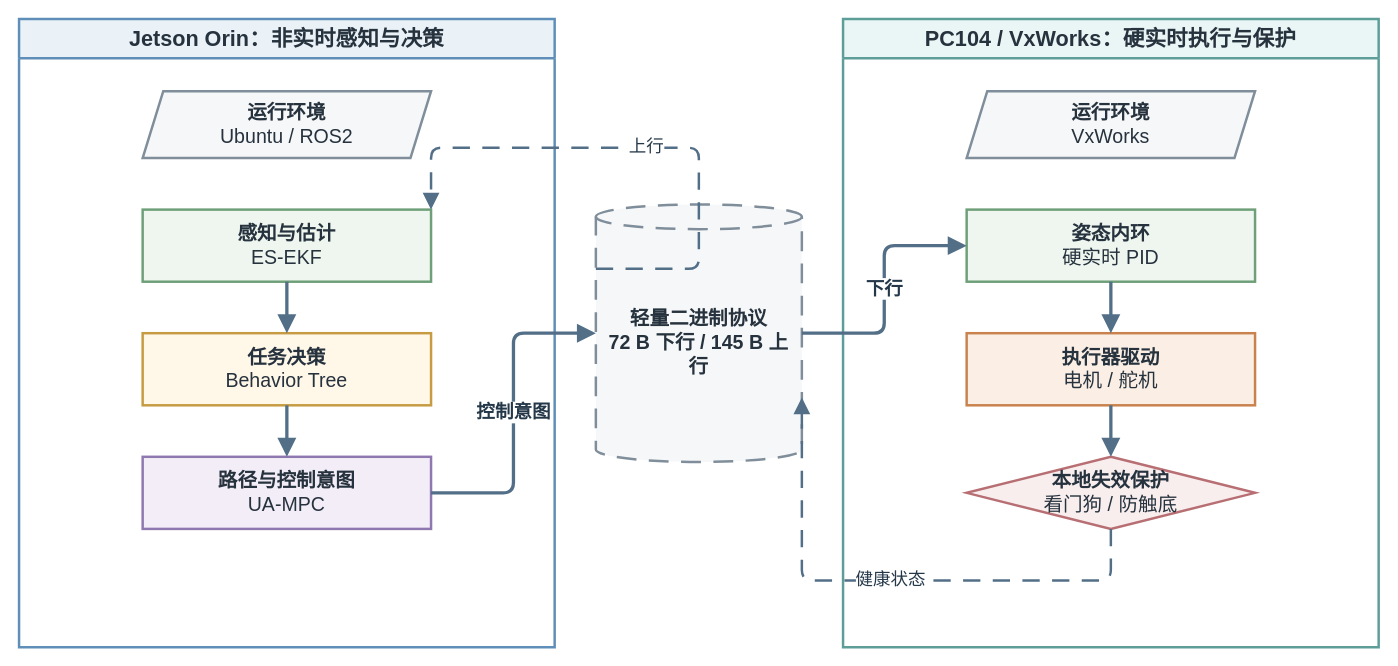
Above: docs/thesis/figures/architecture/auv_v2_dual_brain_async_hardware.drawio in 360ZMEM/AUV-Master-Project (draw.io), before the change. Source tidied: cells renumbered, new cells numbered last; positions are measured from the earlier drawing's top-left corner, leaving out a move shared by most shapes. Both pictures are drawn from the tidied source at 103%, with x=0, y=0 at pixel (19, 19).
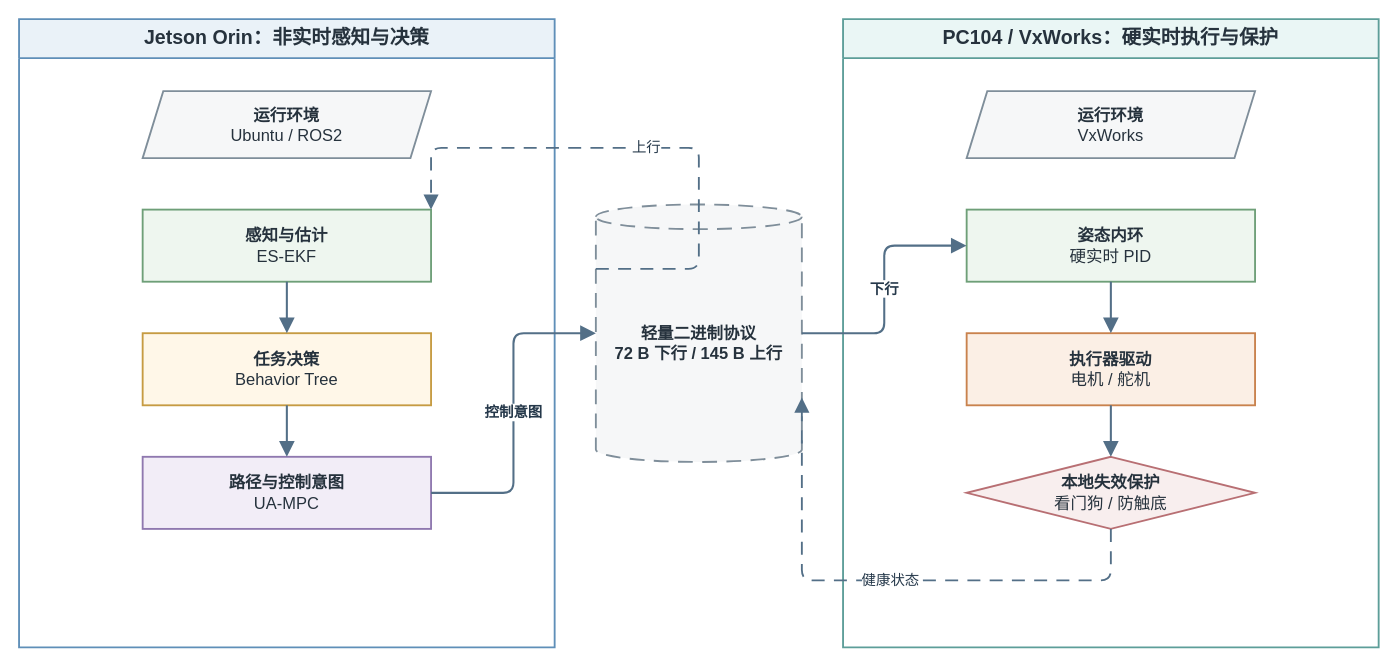
Above is the later version.

What changed in the source:
```diff
@@
-    <mxCell id="2" value="Jetson Orin：非实时感知与决策" style="swimlane;whiteSpace=wrap;html=1;startSize=38;rounded=0;fillColor=#EAF2F8;strokeColor=#5F8FB8;strokeWidth=2.4;fontFamily=Songti SC;fontSize=21;fontStyle=1;fontColor=#26323D;" parent="1" vertex="1">
+    <mxCell id="2" value="Jetson Orin：非实时感知与决策" style="swimlane;whiteSpace=wrap;html=1;startSize=38;rounded=0;fillColor=#EAF2F8;strokeColor=#5F8FB8;strokeWidth=1.8;fontFamily=Songti SC;fontSize=19;fontStyle=1;fontColor=#26323D;" parent="1" vertex="1">
       <mxGeometry width="520" height="610" as="geometry" />
     </mxCell>
-    <mxCell id="3" value="PC104 / VxWorks：硬实时执行与保护" style="swimlane;whiteSpace=wrap;html=1;startSize=38;rounded=0;fillColor=#EAF6F5;strokeColor=#5D9E99;strokeWidth=2.4;fontFamily=Songti SC;fontSize=21;fontStyle=1;fontColor=#26323D;" parent="1" vertex="1">
+    <mxCell id="3" value="PC104 / VxWorks：硬实时执行与保护" style="swimlane;whiteSpace=wrap;html=1;startSize=38;rounded=0;fillColor=#EAF6F5;strokeColor=#5D9E99;strokeWidth=1.8;fontFamily=Songti SC;fontSize=19;fontStyle=1;fontColor=#26323D;" parent="1" vertex="1">
       <mxGeometry x="800" width="520" height="610" as="geometry" />
     </mxCell>
-    <mxCell id="4" value="&lt;b&gt;轻量二进制协议&lt;/b&gt;&lt;br&gt;72 B 下行 / 145 B 上行" style="shape=cylinder3;boundedLbl=1;backgroundOutline=1;size=12;whiteSpace=wrap;html=1;align=center;verticalAlign=middle;fillColor=#F6F7F8;strokeColor=#7F8E9A;strokeWidth=2.4;spacing=8;fontFamily=Songti SC;fontSize=19;fontColor=#26323D;dashed=1;dashPattern=8 5;fontStyle=1;" parent="1" vertex="1">
+    <mxCell id="4" value="&lt;b&gt;轻量二进制协议&lt;/b&gt;&lt;br&gt;72 B 下行 / 145 B 上行" style="shape=cylinder3;boundedLbl=1;backgroundOutline=1;size=12;whiteSpace=wrap;html=1;align=center;verticalAlign=middle;fillColor=#F6F7F8;strokeColor=#7F8E9A;strokeWidth=1.8;spacing=8;fontFamily=Songti SC;fontSize=16;fontColor=#26323D;dashed=1;dashPattern=8 5;fontStyle=1;" parent="1" vertex="1">
       <mxGeometry x="560" y="180" width="200" height="250" as="geometry" />
     </mxCell>
-    <mxCell id="5" value="&lt;b&gt;运行环境&lt;/b&gt;&lt;br&gt;Ubuntu / ROS2" style="shape=parallelogram;perimeter=parallelogramPerimeter;fixedSize=1;whiteSpace=wrap;html=1;align=center;verticalAlign=middle;fillColor=#F6F7F8;strokeColor=#7F8E9A;strokeWidth=2.4;spacing=8;fontFamily=Songti SC;fontSize=19;fontColor=#26323D;" parent="2" vertex="1">
+    <mxCell id="5" value="&lt;b&gt;运行环境&lt;/b&gt;&lt;br&gt;Ubuntu / ROS2" style="shape=parallelogram;perimeter=parallelogramPerimeter;fixedSize=1;whiteSpace=wrap;html=1;align=center;verticalAlign=middle;fillColor=#F6F7F8;strokeColor=#7F8E9A;strokeWidth=1.8;spacing=8;fontFamily=Songti SC;fontSize=16;fontColor=#26323D;" parent="2" vertex="1">
       <mxGeometry x="120" y="70" width="280" height="65" as="geometry" />
     </mxCell>
-    <mxCell id="6" value="&lt;b&gt;感知与估计&lt;/b&gt;&lt;br&gt;ES-EKF" style="rounded=0;whiteSpace=wrap;html=1;align=center;verticalAlign=middle;fillColor=#EEF6EF;strokeColor=#6E9F78;strokeWidth=2.4;spacing=8;fontFamily=Songti SC;fontSize=19;fontColor=#26323D;" parent="2" vertex="1">
+    <mxCell id="6" value="&lt;b&gt;感知与估计&lt;/b&gt;&lt;br&gt;ES-EKF" style="rounded=0;whiteSpace=wrap;html=1;align=center;verticalAlign=middle;fillColor=#EEF6EF;strokeColor=#6E9F78;strokeWidth=1.8;spacing=8;fontFamily=Songti SC;fontSize=16;fontColor=#26323D;" parent="2" vertex="1">
       <mxGeometry x="120" y="185" width="280" height="70" as="geometry" />
     </mxCell>
-    <mxCell id="7" value="&lt;b&gt;任务决策&lt;/b&gt;&lt;br&gt;Behavior Tree" style="rounded=0;whiteSpace=wrap;html=1;align=center;verticalAlign=middle;fillColor=#FFF7E8;strokeColor=#C69B42;strokeWidth=2.4;spacing=8;fontFamily=Songti SC;fontSize=19;fontColor=#26323D;" parent="2" vertex="1">
+    <mxCell id="7" value="&lt;b&gt;任务决策&lt;/b&gt;&lt;br&gt;Behavior Tree" style="rounded=0;whiteSpace=wrap;html=1;align=center;verticalAlign=middle;fillColor=#FFF7E8;strokeColor=#C69B42;strokeWidth=1.8;spacing=8;fontFamily=Songti SC;fontSize=16;fontColor=#26323D;" parent="2" vertex="1">
       <mxGeometry x="120" y="305" width="280" height="70" as="geometry" />
     </mxCell>
-    <mxCell id="8" value="&lt;b&gt;路径与控制意图&lt;/b&gt;&lt;br&gt;UA-MPC" style="rounded=0;whiteSpace=wrap;html=1;align=center;verticalAlign=middle;fillColor=#F2EDF7;strokeColor=#8F78AF;strokeWidth=2.4;spacing=8;fontFamily=Songti SC;fontSize=19;fontColor=#26323D;" parent="2" vertex="1">
+    <mxCell id="8" value="&lt;b&gt;路径与控制意图&lt;/b&gt;&lt;br&gt;UA-MPC" style="rounded=0;whiteSpace=wrap;html=1;align=center;verticalAlign=middle;fillColor=#F2EDF7;strokeColor=#8F78AF;strokeWidth=1.8;spacing=8;fontFamily=Songti SC;fontSize=16;fontColor=#26323D;" parent="2" vertex="1">
       <mxGeometry x="120" y="425" width="280" height="70" as="geometry" />
     </mxCell>
-    <mxCell id="9" value="&lt;b&gt;运行环境&lt;/b&gt;&lt;br&gt;VxWorks" style="shape=parallelogram;perimeter=parallelogramPerimeter;fixedSize=1;whiteSpace=wrap;html=1;align=center;verticalAlign=middle;fillColor=#F6F7F8;strokeColor=#7F8E9A;strokeWidth=2.4;spacing=8;fontFamily=Songti SC;fontSize=19;fontColor=#26323D;" parent="3" vertex="1">
+    <mxCell id="9" value="&lt;b&gt;运行环境&lt;/b&gt;&lt;br&gt;VxWorks" style="shape=parallelogram;perimeter=parallelogramPerimeter;fixedSize=1;whiteSpace=wrap;html=1;align=center;verticalAlign=middle;fillColor=#F6F7F8;strokeColor=#7F8E9A;strokeWidth=1.8;spacing=8;fontFamily=Songti SC;fontSize=16;fontColor=#26323D;" parent="3" vertex="1">
       <mxGeometry x="120" y="70" width="280" height="65" as="geometry" />
     </mxCell>
-    <mxCell id="10" value="&lt;b&gt;姿态内环&lt;/b&gt;&lt;br&gt;硬实时 PID" style="rounded=0;whiteSpace=wrap;html=1;align=center;verticalAlign=middle;fillColor=#EEF6EF;strokeColor=#6E9F78;strokeWidth=2.4;spacing=8;fontFamily=Songti SC;fontSize=19;fontColor=#26323D;" parent="3" vertex="1">
+    <mxCell id="10" value="&lt;b&gt;姿态内环&lt;/b&gt;&lt;br&gt;硬实时 PID" style="rounded=0;whiteSpace=wrap;html=1;align=center;verticalAlign=middle;fillColor=#EEF6EF;strokeColor=#6E9F78;strokeWidth=1.8;spacing=8;fontFamily=Songti SC;fontSize=16;fontColor=#26323D;" parent="3" vertex="1">
       <mxGeometry x="120" y="185" width="280" height="70" as="geometry" />
     </mxCell>
-    <mxCell id="11" value="&lt;b&gt;执行器驱动&lt;/b&gt;&lt;br&gt;电机 / 舵机" style="rounded=0;whiteSpace=wrap;html=1;align=center;verticalAlign=middle;fillColor=#FBEFE5;strokeColor=#C9824D;strokeWidth=2.4;spacing=8;fontFamily=Songti SC;fontSize=19;fontColor=#26323D;" parent="3" vertex="1">
+    <mxCell id="11" value="&lt;b&gt;执行器驱动&lt;/b&gt;&lt;br&gt;电机 / 舵机" style="rounded=0;whiteSpace=wrap;html=1;align=center;verticalAlign=middle;fillColor=#FBEFE5;strokeColor=#C9824D;strokeWidth=1.8;spacing=8;fontFamily=Songti SC;fontSize=16;fontColor=#26323D;" parent="3" vertex="1">
       <mxGeometry x="120" y="305" width="280" height="70" as="geometry" />
     </mxCell>
-    <mxCell id="12" value="&lt;b&gt;本地失效保护&lt;/b&gt;&lt;br&gt;看门狗 / 防触底" style="rhombus;whiteSpace=wrap;html=1;align=center;verticalAlign=middle;fillColor=#F8EEEE;strokeColor=#B86F73;strokeWidth=2.4;spacing=8;fontFamily=Songti SC;fontSize=19;fontColor=#26323D;" parent="3" vertex="1">
+    <mxCell id="12" value="&lt;b&gt;本地失效保护&lt;/b&gt;&lt;br&gt;看门狗 / 防触底" style="rhombus;whiteSpace=wrap;html=1;align=center;verticalAlign=middle;fillColor=#F8EEEE;strokeColor=#B86F73;strokeWidth=1.8;spacing=8;fontFamily=Songti SC;fontSize=16;fontColor=#26323D;" parent="3" vertex="1">
       <mxGeometry x="120" y="425" width="280" height="70" as="geometry" />
     </mxCell>
-    <mxCell id="13" style="edgeStyle=orthogonalEdgeStyle;rounded=1;jettySize=auto;html=1;strokeColor=#536F87;strokeWidth=3.2;fontFamily=Songti SC;fontSize=18;fontStyle=1;fontColor=#25384A;labelBackgroundColor=#FFFFFF;labelBorderColor=none;endArrow=block;endFill=1;endSize=10;exitX=0.5;exitY=1;entryX=0.5;entryY=0;" parent="1" edge="1" source="6" target="7">
+    <mxCell id="13" style="edgeStyle=orthogonalEdgeStyle;rounded=1;jettySize=auto;html=1;strokeColor=#536F87;strokeWidth=2.0;fontFamily=Songti SC;fontSize=14;fontStyle=1;fontColor=#25384A;labelBackgroundColor=#FFFFFF;labelBorderColor=none;endArrow=block;endFill=1;endSize=10;exitX=0.5;exitY=1;entryX=0.5;entryY=0;" parent="1" edge="1" source="6" target="7">
       <mxGeometry relative="1" as="geometry" />
     </mxCell>
-    <mxCell id="14" style="edgeStyle=orthogonalEdgeStyle;rounded=1;jettySize=auto;html=1;strokeColor=#536F87;strokeWidth=3.2;fontFamily=Songti SC;fontSize=18;fontStyle=1;fontColor=#25384A;labelBackgroundColor=#FFFFFF;labelBorderColor=none;endArrow=block;endFill=1;endSize=10;exitX=0.5;exitY=1;entryX=0.5;entryY=0;" parent="1" edge="1" source="7" target="8">
+    <mxCell id="14" style="edgeStyle=orthogonalEdgeStyle;rounded=1;jettySize=auto;html=1;strokeColor=#536F87;strokeWidth=2.0;fontFamily=Songti SC;fontSize=14;fontStyle=1;fontColor=#25384A;labelBackgroundColor=#FFFFFF;labelBorderColor=none;endArrow=block;endFill=1;endSize=10;exitX=0.5;exitY=1;entryX=0.5;entryY=0;" parent="1" edge="1" source="7" target="8">
       <mxGeometry relative="1" as="geometry" />
     </mxCell>
-    <mxCell id="15" style="edgeStyle=orthogonalEdgeStyle;rounded=1;jettySize=auto;html=1;strokeColor=#536F87;strokeWidth=3.2;fontFamily=Songti SC;fontSize=18;fontStyle=1;fontColor=#25384A;labelBackgroundColor=#FFFFFF;labelBorderColor=none;endArrow=block;endFill=1;endSize=10;exitX=0.5;exitY=1;entryX=0.5;entryY=0;" parent="1" edge="1" source="10" target="11">
+    <mxCell id="15" style="edgeStyle=orthogonalEdgeStyle;rounded=1;jettySize=auto;html=1;strokeColor=#536F87;strokeWidth=2.0;fontFamily=Songti SC;fontSize=14;fontStyle=1;fontColor=#25384A;labelBackgroundColor=#FFFFFF;labelBorderColor=none;endArrow=block;endFill=1;endSize=10;exitX=0.5;exitY=1;entryX=0.5;entryY=0;" parent="1" edge="1" source="10" target="11">
       <mxGeometry relative="1" as="geometry" />
     </mxCell>
-    <mxCell id="16" style="edgeStyle=orthogonalEdgeStyle;rounded=1;jettySize=auto;html=1;strokeColor=#536F87;strokeWidth=3.2;fontFamily=Songti SC;fontSize=18;fontStyle=1;fontColor=#25384A;labelBackgroundColor=#FFFFFF;labelBorderColor=none;endArrow=block;endFill=1;endSize=10;exitX=0.5;exitY=1;entryX=0.5;entryY=0;" parent="1" edge="1" source="11" target="12">
+    <mxCell id="16" style="edgeStyle=orthogonalEdgeStyle;rounded=1;jettySize=auto;html=1;strokeColor=#536F87;strokeWidth=2.0;fontFamily=Songti SC;fontSize=14;fontStyle=1;fontColor=#25384A;labelBackgroundColor=#FFFFFF;labelBorderColor=none;endArrow=block;endFill=1;endSize=10;exitX=0.5;exitY=1;entryX=0.5;entryY=0;" parent="1" edge="1" source="11" target="12">
       <mxGeometry relative="1" as="geometry" />
     </mxCell>
-    <mxCell id="17" value="控制意图" style="edgeStyle=orthogonalEdgeStyle;rounded=1;jettySize=auto;html=1;strokeColor=#536F87;strokeWidth=3.2;fontFamily=Songti SC;fontSize=18;fontStyle=1;fontColor=#25384A;labelBackgroundColor=#FFFFFF;labelBorderColor=none;endArrow=block;endFill=1;endSize=10;exitX=1;entryX=0;" parent="1" edge="1" source="8" target="4">
+    <mxCell id="17" value="控制意图" style="edgeStyle=orthogonalEdgeStyle;rounded=1;jettySize=auto;html=1;strokeColor=#536F87;strokeWidth=2.0;fontFamily=Songti SC;fontSize=14;fontStyle=1;fontColor=#25384A;labelBackgroundColor=#FFFFFF;labelBorderColor=none;endArrow=block;endFill=1;endSize=10;exitX=1;entryX=0;" parent="1" edge="1" source="8" target="4">
       <mxGeometry relative="1" as="geometry" />
     </mxCell>
-    <mxCell id="18" value="下行" style="edgeStyle=orthogonalEdgeStyle;rounded=1;jettySize=auto;html=1;strokeColor=#536F87;strokeWidth=3.2;fontFamily=Songti SC;fontSize=18;fontStyle=1;fontColor=#25384A;labelBackgroundColor=#FFFFFF;labelBorderColor=none;endArrow=block;endFill=1;endSize=10;exitX=1;entryX=0;" parent="1" edge="1" source="4" target="10">
+    <mxCell id="18" value="下行" style="edgeStyle=orthogonalEdgeStyle;rounded=1;jettySize=auto;html=1;strokeColor=#536F87;strokeWidth=2.0;fontFamily=Songti SC;fontSize=14;fontStyle=1;fontColor=#25384A;labelBackgroundColor=#FFFFFF;labelBorderColor=none;endArrow=block;endFill=1;endSize=10;exitX=1;entryX=0;" parent="1" edge="1" source="4" target="10">
       <mxGeometry relative="1" as="geometry" />
     </mxCell>
-    <mxCell id="19" value="健康状态" style="edgeStyle=orthogonalEdgeStyle;rounded=1;jettySize=auto;html=1;strokeColor=#536F87;strokeWidth=2.4;fontFamily=Songti SC;fontSize=17;fontColor=#25384A;labelBackgroundColor=#FFFFFF;labelBorderColor=none;endArrow=block;endFill=1;endSize=10;dashed=1;dashPattern=7 5;exitX=0;entryX=1;entryY=0.75;" parent="1" edge="1" source="12" target="4">
+    <mxCell id="19" value="健康状态" style="edgeStyle=orthogonalEdgeStyle;rounded=1;jettySize=auto;html=1;strokeColor=#536F87;strokeWidth=1.8;fontFamily=Songti SC;fontSize=14;fontColor=#25384A;labelBackgroundColor=#FFFFFF;labelBorderColor=none;endArrow=block;endFill=1;endSize=10;dashed=1;dashPattern=7 5;exitX=0;entryX=1;entryY=0.75;" parent="1" edge="1" source="12" target="4">
       <mxGeometry relative="1" as="geometry">
         <Array as="points">
           <mxPoint x="900" y="545" />
           <mxPoint x="660" y="545" />
         </Array>
       </mxGeometry>
     </mxCell>
-    <mxCell id="20" value="上行" style="edgeStyle=orthogonalEdgeStyle;rounded=1;jettySize=auto;html=1;strokeColor=#536F87;strokeWidth=2.4;fontFamily=Songti SC;fontSize=17;fontColor=#25384A;labelBackgroundColor=#FFFFFF;labelBorderColor=none;endArrow=block;endFill=1;endSize=10;dashed=1;dashPattern=7 5;exitX=0;exitY=0.25;entryX=1;" parent="1" edge="1" source="4" target="6">
+    <mxCell id="20" value="上行" style="edgeStyle=orthogonalEdgeStyle;rounded=1;jettySize=auto;html=1;strokeColor=#536F87;strokeWidth=1.8;fontFamily=Songti SC;fontSize=14;fontColor=#25384A;labelBackgroundColor=#FFFFFF;labelBorderColor=none;endArrow=block;endFill=1;endSize=10;dashed=1;dashPattern=7 5;exitX=0;exitY=0.25;entryX=1;" parent="1" edge="1" source="4" target="6">
       <mxGeometry relative="1" as="geometry">
         <Array as="points">
           <mxPoint x="660" y="125" />
           <mxPoint x="400" y="125" />
         </Array>
       </mxGeometry>
     </mxCell>
```
